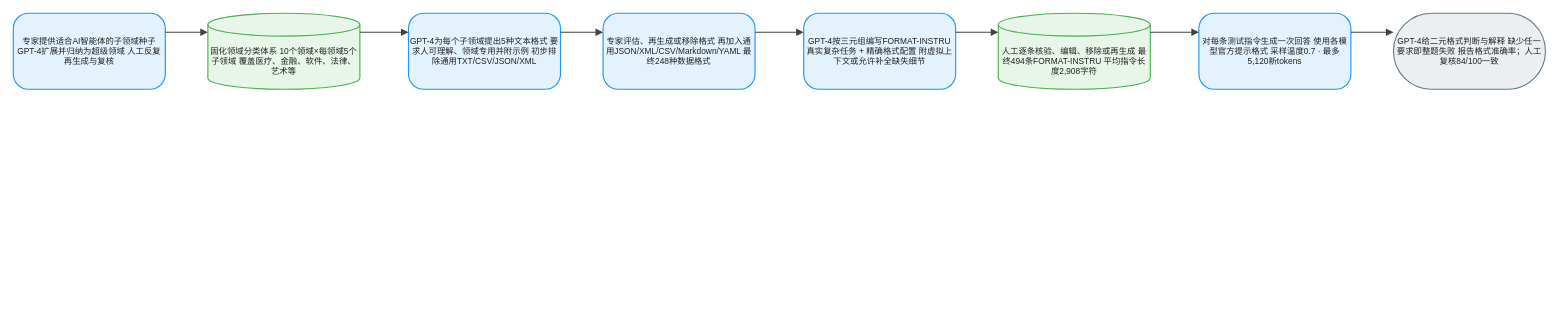
joe1chief/benchmark-hub keeps this draw.io diagram as client/public/drawio/FOFO/FOFO.zh.drawio. Above is the earlier version. Source tidied: cells renumbered, new cells numbered last; positions are measured from the earlier drawing's top-left corner, leaving out a move shared by most shapes. Both pictures are drawn from the tidied source at 76%, with x=0, y=0 at pixel (13, 13).
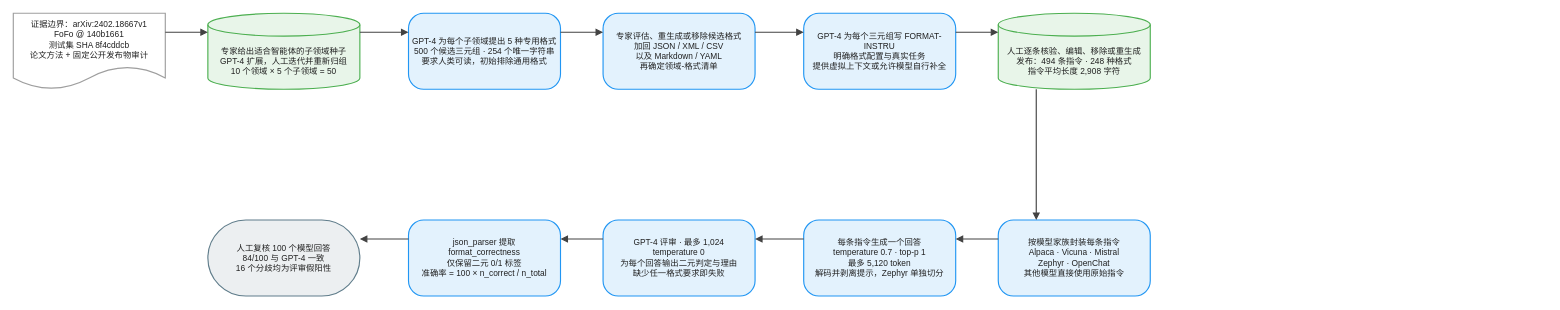
The same page after the edit.

The edit, as a diff of the source:
```diff
@@
-    <mxCell id="2" value="专家提供适合AI智能体的子领域种子 GPT-4扩展并归纳为超级领域 人工反复再生成与复核" style="rounded=1;arcSize=20;html=1;whiteSpace=wrap;fillColor=#E3F2FD;strokeColor=#2196F3;strokeWidth=1.5;fontColor=#212121;fontSize=11;fontFamily=Arial, Helvetica, sans-serif;verticalAlign=middle;align=center;" parent="1" vertex="1">
+    <mxCell id="2" value="证据边界：arXiv:2402.18667v1&#10;FoFo @ 140b1661&#10;测试集 SHA 8f4cddcb&#10;论文方法 + 固定公开发布物审计" style="shape=document;boundedLbl=1;html=0;convertToSvg=1;whiteSpace=wrap;fillColor=#FFFFFF;strokeColor=#9E9E9E;strokeWidth=1.5;fontColor=#212121;fontSize=11;fontFamily=Arial, Helvetica, sans-serif;verticalAlign=middle;align=center;" parent="1" vertex="1">
       <mxGeometry width="200" height="100" as="geometry" />
     </mxCell>
-    <mxCell id="3" value="固化领域分类体系 10个领域×每领域5个子领域 覆盖医疗、金融、软件、法律、艺术等" style="shape=cylinder3;boundedLbl=1;backgroundOutline=1;size=15;html=1;whiteSpace=wrap;fillColor=#E8F5E9;strokeColor=#4CAF50;strokeWidth=1.5;fontColor=#212121;fontSize=11;fontFamily=Arial, Helvetica, sans-serif;verticalAlign=middle;align=center;" parent="1" vertex="1">
+    <mxCell id="3" value="专家给出适合智能体的子领域种子&#10;GPT-4 扩展，人工迭代并重新归组&#10;10 个领域 × 5 个子领域 = 50" style="shape=cylinder3;boundedLbl=1;backgroundOutline=1;size=15;html=0;convertToSvg=1;whiteSpace=wrap;fillColor=#E8F5E9;strokeColor=#4CAF50;strokeWidth=1.5;fontColor=#212121;fontSize=11;fontFamily=Arial, Helvetica, sans-serif;verticalAlign=middle;align=center;" parent="1" vertex="1">
       <mxGeometry x="256" width="200" height="100" as="geometry" />
     </mxCell>
-    <mxCell id="4" value="GPT-4为每个子领域提出5种文本格式 要求人可理解、领域专用并附示例 初步排除通用TXT/CSV/JSON/XML" style="rounded=1;arcSize=20;html=1;whiteSpace=wrap;fillColor=#E3F2FD;strokeColor=#2196F3;strokeWidth=1.5;fontColor=#212121;fontSize=11;fontFamily=Arial, Helvetica, sans-serif;verticalAlign=middle;align=center;" parent="1" vertex="1">
+    <mxCell id="4" value="GPT-4 为每个子领域提出 5 种专用格式&#10;500 个候选三元组 · 254 个唯一字符串&#10;要求人类可读，初始排除通用格式" style="rounded=1;arcSize=20;html=0;convertToSvg=1;whiteSpace=wrap;fillColor=#E3F2FD;strokeColor=#2196F3;strokeWidth=1.5;fontColor=#212121;fontSize=11;fontFamily=Arial, Helvetica, sans-serif;verticalAlign=middle;align=center;" parent="1" vertex="1">
       <mxGeometry x="520" width="200" height="100" as="geometry" />
     </mxCell>
-    <mxCell id="5" value="专家评估、再生成或移除格式 再加入通用JSON/XML/CSV/Markdown/YAML 最终248种数据格式" style="rounded=1;arcSize=20;html=1;whiteSpace=wrap;fillColor=#E3F2FD;strokeColor=#2196F3;strokeWidth=1.5;fontColor=#212121;fontSize=11;fontFamily=Arial, Helvetica, sans-serif;verticalAlign=middle;align=center;" parent="1" vertex="1">
+    <mxCell id="5" value="专家评估、重生成或移除候选格式&#10;加回 JSON / XML / CSV&#10;以及 Markdown / YAML&#10;再确定领域-格式清单" style="rounded=1;arcSize=20;html=0;convertToSvg=1;whiteSpace=wrap;fillColor=#E3F2FD;strokeColor=#2196F3;strokeWidth=1.5;fontColor=#212121;fontSize=11;fontFamily=Arial, Helvetica, sans-serif;verticalAlign=middle;align=center;" parent="1" vertex="1">
       <mxGeometry x="776" width="200" height="100" as="geometry" />
     </mxCell>
-    <mxCell id="6" value="GPT-4按三元组编写FORMAT-INSTRU 真实复杂任务 + 精确格式配置 附虚拟上下文或允许补全缺失细节" style="rounded=1;arcSize=20;html=1;whiteSpace=wrap;fillColor=#E3F2FD;strokeColor=#2196F3;strokeWidth=1.5;fontColor=#212121;fontSize=11;fontFamily=Arial, Helvetica, sans-serif;verticalAlign=middle;align=center;" parent="1" vertex="1">
+    <mxCell id="6" value="GPT-4 为每个三元组写 FORMAT-INSTRU&#10;明确格式配置与真实任务&#10;提供虚拟上下文或允许模型自行补全" style="rounded=1;arcSize=20;html=0;convertToSvg=1;whiteSpace=wrap;fillColor=#E3F2FD;strokeColor=#2196F3;strokeWidth=1.5;fontColor=#212121;fontSize=11;fontFamily=Arial, Helvetica, sans-serif;verticalAlign=middle;align=center;" parent="1" vertex="1">
       <mxGeometry x="1040" width="200" height="100" as="geometry" />
     </mxCell>
-    <mxCell id="7" value="人工逐条核验、编辑、移除或再生成 最终494条FORMAT-INSTRU 平均指令长度2,908字符" style="shape=cylinder3;boundedLbl=1;backgroundOutline=1;size=15;html=1;whiteSpace=wrap;fillColor=#E8F5E9;strokeColor=#4CAF50;strokeWidth=1.5;fontColor=#212121;fontSize=11;fontFamily=Arial, Helvetica, sans-serif;verticalAlign=middle;align=center;" parent="1" vertex="1">
+    <mxCell id="7" value="人工逐条核验、编辑、移除或重生成&#10;发布：494 条指令 · 248 种格式&#10;指令平均长度 2,908 字符" style="shape=cylinder3;boundedLbl=1;backgroundOutline=1;size=15;html=0;convertToSvg=1;whiteSpace=wrap;fillColor=#E8F5E9;strokeColor=#4CAF50;strokeWidth=1.5;fontColor=#212121;fontSize=11;fontFamily=Arial, Helvetica, sans-serif;verticalAlign=middle;align=center;" parent="1" vertex="1">
       <mxGeometry x="1296" width="200" height="100" as="geometry" />
     </mxCell>
-    <mxCell id="8" value="对每条测试指令生成一次回答 使用各模型官方提示格式 采样温度0.7 · 最多5,120新tokens" style="rounded=1;arcSize=20;html=1;whiteSpace=wrap;fillColor=#E3F2FD;strokeColor=#2196F3;strokeWidth=1.5;fontColor=#212121;fontSize=11;fontFamily=Arial, Helvetica, sans-serif;verticalAlign=middle;align=center;" parent="1" vertex="1">
-      <mxGeometry x="1560" width="200" height="100" as="geometry" />
+    <mxCell id="8" value="按模型家族封装每条指令&#10;Alpaca · Vicuna · Mistral&#10;Zephyr · OpenChat&#10;其他模型直接使用原始指令" style="rounded=1;arcSize=20;html=0;convertToSvg=1;whiteSpace=wrap;fillColor=#E3F2FD;strokeColor=#2196F3;strokeWidth=1.5;fontColor=#212121;fontSize=11;fontFamily=Arial, Helvetica, sans-serif;verticalAlign=middle;align=center;" parent="1" vertex="1">
+      <mxGeometry x="1296" y="272" width="200" height="100" as="geometry" />
     </mxCell>
-    <mxCell id="9" value="GPT-4给二元格式判断与解释 缺少任一要求即整题失败 报告格式准确率；人工复核84/100一致" style="rounded=1;arcSize=50;html=1;whiteSpace=wrap;fillColor=#ECEFF1;strokeColor=#607D8B;strokeWidth=1.5;fontColor=#212121;fontSize=11;fontFamily=Arial, Helvetica, sans-serif;verticalAlign=middle;align=center;" parent="1" vertex="1">
-      <mxGeometry x="1816" width="200" height="100" as="geometry" />
+    <mxCell id="9" value="每条指令生成一个回答&#10;temperature 0.7 · top-p 1&#10;最多 5,120 token&#10;解码并剥离提示，Zephyr 单独切分" style="rounded=1;arcSize=20;html=0;convertToSvg=1;whiteSpace=wrap;fillColor=#E3F2FD;strokeColor=#2196F3;strokeWidth=1.5;fontColor=#212121;fontSize=11;fontFamily=Arial, Helvetica, sans-serif;verticalAlign=middle;align=center;" parent="1" vertex="1">
+      <mxGeometry x="1040" y="272" width="200" height="100" as="geometry" />
     </mxCell>
-    <mxCell id="10" style="edgeStyle=orthogonalEdgeStyle;rounded=0;jettySize=auto;html=1;strokeColor=#424242;strokeWidth=1.5;endArrow=block;endFill=1;exitX=1;exitY=0.25;exitDx=0;exitDy=0;entryX=0;entryY=0.25;entryDx=0;entryDy=0;jumpStyle=arc;jumpSize=8;" parent="1" edge="1" source="2" target="3">
-      <mxGeometry relative="1" as="geometry" />
+    <mxCell id="10" value="GPT-4 评审 · 最多 1,024&#10;temperature 0&#10;为每个回答输出二元判定与理由&#10;缺少任一格式要求即失败" style="rounded=1;arcSize=20;html=0;convertToSvg=1;whiteSpace=wrap;fillColor=#E3F2FD;strokeColor=#2196F3;strokeWidth=1.5;fontColor=#212121;fontSize=11;fontFamily=Arial, Helvetica, sans-serif;verticalAlign=middle;align=center;" parent="1" vertex="1">
+      <mxGeometry x="776" y="272" width="200" height="100" as="geometry" />
     </mxCell>
-    <mxCell id="11" style="edgeStyle=orthogonalEdgeStyle;rounded=0;jettySize=auto;html=1;strokeColor=#424242;strokeWidth=1.5;endArrow=block;endFill=1;exitX=1;exitY=0.25;exitDx=0;exitDy=0;entryX=0;entryY=0.25;entryDx=0;entryDy=0;jumpStyle=arc;jumpSize=8;" parent="1" edge="1" source="3" target="4">
-      <mxGeometry relative="1" as="geometry" />
+    <mxCell id="11" value="json_parser 提取&#10;format_correctness&#10;仅保留二元 0/1 标签&#10;准确率 = 100 × n_correct / n_total" style="rounded=1;arcSize=20;html=0;convertToSvg=1;whiteSpace=wrap;fillColor=#E3F2FD;strokeColor=#2196F3;strokeWidth=1.5;fontColor=#212121;fontSize=11;fontFamily=Arial, Helvetica, sans-serif;verticalAlign=middle;align=center;" parent="1" vertex="1">
+      <mxGeometry x="520" y="272" width="200" height="100" as="geometry" />
     </mxCell>
-    <mxCell id="12" style="edgeStyle=orthogonalEdgeStyle;rounded=0;jettySize=auto;html=1;strokeColor=#424242;strokeWidth=1.5;endArrow=block;endFill=1;exitX=1;exitY=0.25;exitDx=0;exitDy=0;entryX=0;entryY=0.25;entryDx=0;entryDy=0;jumpStyle=arc;jumpSize=8;" parent="1" edge="1" source="4" target="5">
-      <mxGeometry relative="1" as="geometry" />
+    <mxCell id="12" value="人工复核 100 个模型回答&#10;84/100 与 GPT-4 一致&#10;16 个分歧均为评审假阳性" style="rounded=1;arcSize=50;html=0;convertToSvg=1;whiteSpace=wrap;fillColor=#ECEFF1;strokeColor=#607D8B;strokeWidth=1.5;fontColor=#212121;fontSize=11;fontFamily=Arial, Helvetica, sans-serif;verticalAlign=middle;align=center;" parent="1" vertex="1">
+      <mxGeometry x="256" y="272" width="200" height="100" as="geometry" />
     </mxCell>
-    <mxCell id="13" style="edgeStyle=orthogonalEdgeStyle;rounded=0;jettySize=auto;html=1;strokeColor=#424242;strokeWidth=1.5;endArrow=block;endFill=1;exitX=1;exitY=0.25;exitDx=0;exitDy=0;entryX=0;entryY=0.25;entryDx=0;entryDy=0;jumpStyle=arc;jumpSize=8;" parent="1" edge="1" source="5" target="6">
+    <mxCell id="13" style="edgeStyle=orthogonalEdgeStyle;rounded=0;jettySize=auto;html=0;convertToSvg=1;strokeColor=#424242;strokeWidth=1.5;endArrow=block;endFill=1;exitX=1;exitY=0.25;exitDx=0;exitDy=0;entryX=0;entryY=0.25;entryDx=0;entryDy=0;jumpStyle=arc;jumpSize=8;" parent="1" edge="1" source="2" target="3">
       <mxGeometry relative="1" as="geometry" />
     </mxCell>
-    <mxCell id="14" style="edgeStyle=orthogonalEdgeStyle;rounded=0;jettySize=auto;html=1;strokeColor=#424242;strokeWidth=1.5;endArrow=block;endFill=1;exitX=1;exitY=0.25;exitDx=0;exitDy=0;entryX=0;entryY=0.25;entryDx=0;entryDy=0;jumpStyle=arc;jumpSize=8;" parent="1" edge="1" source="6" target="7">
+    <mxCell id="14" style="edgeStyle=orthogonalEdgeStyle;rounded=0;jettySize=auto;html=0;convertToSvg=1;strokeColor=#424242;strokeWidth=1.5;endArrow=block;endFill=1;exitX=1;exitY=0.25;exitDx=0;exitDy=0;entryX=0;entryY=0.25;entryDx=0;entryDy=0;jumpStyle=arc;jumpSize=8;" parent="1" edge="1" source="3" target="4">
       <mxGeometry relative="1" as="geometry" />
     </mxCell>
-    <mxCell id="15" style="edgeStyle=orthogonalEdgeStyle;rounded=0;jettySize=auto;html=1;strokeColor=#424242;strokeWidth=1.5;endArrow=block;endFill=1;exitX=1;exitY=0.25;exitDx=0;exitDy=0;entryX=0;entryY=0.25;entryDx=0;entryDy=0;jumpStyle=arc;jumpSize=8;" parent="1" edge="1" source="7" target="8">
+    <mxCell id="15" style="edgeStyle=orthogonalEdgeStyle;rounded=0;jettySize=auto;html=0;convertToSvg=1;strokeColor=#424242;strokeWidth=1.5;endArrow=block;endFill=1;exitX=1;exitY=0.25;exitDx=0;exitDy=0;entryX=0;entryY=0.25;entryDx=0;entryDy=0;jumpStyle=arc;jumpSize=8;" parent="1" edge="1" source="4" target="5">
       <mxGeometry relative="1" as="geometry" />
     </mxCell>
-    <mxCell id="16" style="edgeStyle=orthogonalEdgeStyle;rounded=0;jettySize=auto;html=1;strokeColor=#424242;strokeWidth=1.5;endArrow=block;endFill=1;exitX=1;exitY=0.25;exitDx=0;exitDy=0;entryX=0;entryY=0.25;entryDx=0;entryDy=0;jumpStyle=arc;jumpSize=8;" parent="1" edge="1" source="8" target="9">
+    <mxCell id="16" style="edgeStyle=orthogonalEdgeStyle;rounded=0;jettySize=auto;html=0;convertToSvg=1;strokeColor=#424242;strokeWidth=1.5;endArrow=block;endFill=1;exitX=1;exitY=0.25;exitDx=0;exitDy=0;entryX=0;entryY=0.25;entryDx=0;entryDy=0;jumpStyle=arc;jumpSize=8;" parent="1" edge="1" source="5" target="6">
       <mxGeometry relative="1" as="geometry" />
     </mxCell>
+    <mxCell id="17" style="edgeStyle=orthogonalEdgeStyle;rounded=0;jettySize=auto;html=0;convertToSvg=1;strokeColor=#424242;strokeWidth=1.5;endArrow=block;endFill=1;exitX=1;exitY=0.25;exitDx=0;exitDy=0;entryX=0;entryY=0.25;entryDx=0;entryDy=0;jumpStyle=arc;jumpSize=8;" parent="1" edge="1" source="6" target="7">
+      <mxGeometry relative="1" as="geometry" />
+    </mxCell>
+    <mxCell id="18" style="edgeStyle=orthogonalEdgeStyle;rounded=0;jettySize=auto;html=0;convertToSvg=1;strokeColor=#424242;strokeWidth=1.5;endArrow=block;endFill=1;exitX=0.25;exitY=1;exitDx=0;exitDy=0;entryX=0.25;entryY=0;entryDx=0;entryDy=0;jumpStyle=arc;jumpSize=8;" parent="1" edge="1" source="7" target="8">
+      <mxGeometry relative="1" as="geometry" />
+    </mxCell>
+    <mxCell id="19" style="edgeStyle=orthogonalEdgeStyle;rounded=0;jettySize=auto;html=0;convertToSvg=1;strokeColor=#424242;strokeWidth=1.5;endArrow=block;endFill=1;exitX=0;exitY=0.25;exitDx=0;exitDy=0;entryX=1;entryY=0.25;entryDx=0;entryDy=0;jumpStyle=arc;jumpSize=8;" parent="1" edge="1" source="8" target="9">
+      <mxGeometry relative="1" as="geometry" />
+    </mxCell>
+    <mxCell id="20" style="edgeStyle=orthogonalEdgeStyle;rounded=0;jettySize=auto;html=0;convertToSvg=1;strokeColor=#424242;strokeWidth=1.5;endArrow=block;endFill=1;exitX=0;exitY=0.25;exitDx=0;exitDy=0;entryX=1;entryY=0.25;entryDx=0;entryDy=0;jumpStyle=arc;jumpSize=8;" parent="1" edge="1" source="9" target="10">
+      <mxGeometry relative="1" as="geometry" />
+    </mxCell>
+    <mxCell id="21" style="edgeStyle=orthogonalEdgeStyle;rounded=0;jettySize=auto;html=0;convertToSvg=1;strokeColor=#424242;strokeWidth=1.5;endArrow=block;endFill=1;exitX=0;exitY=0.25;exitDx=0;exitDy=0;entryX=1;entryY=0.25;entryDx=0;entryDy=0;jumpStyle=arc;jumpSize=8;" parent="1" edge="1" source="10" target="11">
+      <mxGeometry relative="1" as="geometry" />
+    </mxCell>
+    <mxCell id="22" style="edgeStyle=orthogonalEdgeStyle;rounded=0;jettySize=auto;html=0;convertToSvg=1;strokeColor=#424242;strokeWidth=1.5;endArrow=block;endFill=1;exitX=0;exitY=0.25;exitDx=0;exitDy=0;entryX=1;entryY=0.25;entryDx=0;entryDy=0;jumpStyle=arc;jumpSize=8;" parent="1" edge="1" source="11" target="12">
+      <mxGeometry relative="1" as="geometry" />
+    </mxCell>
```
